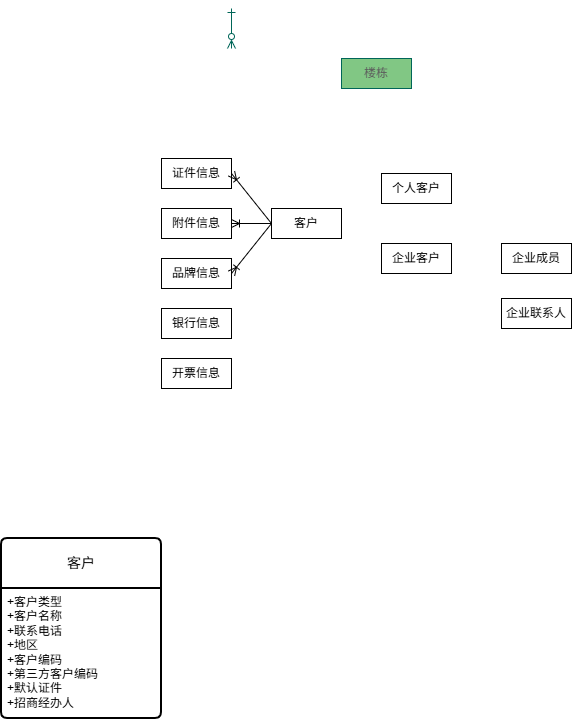
This is 云模方/v1.8客户关系.drawio.png from qilaohan/iodraw-files, a draw.io export, as it was before one commit. Source tidied: cells renumbered, new cells last; positions are measured from the earlier drawing's top-left corner, leaving out a move shared by most shapes.
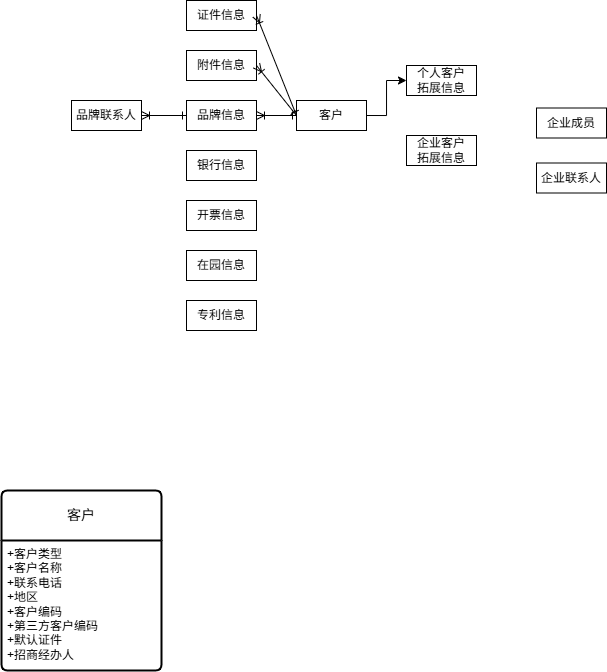
Above is the later version.

Commit message:
更新v1.8客户关系.drawio.png

What changed in the source:
```diff
@@ -2,23 +2,29 @@
   <root>
     <mxCell id="0" />
     <mxCell id="1" parent="0" />
+    <mxCell id="19" style="edgeStyle=orthogonalEdgeStyle;rounded=0;jettySize=auto;html=1;exitX=1;exitY=0.5;exitDx=0;exitDy=0;entryX=0;entryY=0.5;entryDx=0;entryDy=0;" parent="1" edge="1" source="2" target="3">
+      <mxGeometry relative="1" as="geometry" />
+    </mxCell>
     <mxCell id="2" value="客户" style="whiteSpace=wrap;html=1;align=center;" parent="1" vertex="1">
-      <mxGeometry x="270" y="200" width="70" height="30" as="geometry" />
+      <mxGeometry x="295" y="140" width="70" height="30" as="geometry" />
     </mxCell>
-    <mxCell id="3" value="个人客户" style="whiteSpace=wrap;html=1;align=center;" parent="1" vertex="1">
-      <mxGeometry x="380" y="165" width="70" height="30" as="geometry" />
+    <mxCell id="3" value="个人客户&lt;div&gt;拓展信息&lt;/div&gt;" style="whiteSpace=wrap;html=1;align=center;" parent="1" vertex="1">
+      <mxGeometry x="405" y="105" width="70" height="30" as="geometry" />
     </mxCell>
-    <mxCell id="4" value="企业客户" style="whiteSpace=wrap;html=1;align=center;" parent="1" vertex="1">
-      <mxGeometry x="380" y="235" width="70" height="30" as="geometry" />
+    <mxCell id="4" value="企业客户&lt;div&gt;拓展信息&lt;/div&gt;" style="whiteSpace=wrap;html=1;align=center;" parent="1" vertex="1">
+      <mxGeometry x="405" y="175" width="70" height="30" as="geometry" />
     </mxCell>
+    <mxCell id="20" style="edgeStyle=orthogonalEdgeStyle;rounded=0;jettySize=auto;html=1;exitX=0;exitY=0.5;exitDx=0;exitDy=0;entryX=1;entryY=0.5;entryDx=0;entryDy=0;startArrow=ERone;startFill=0;endArrow=ERoneToMany;endFill=0;" parent="1" edge="1" source="5" target="23">
+      <mxGeometry relative="1" as="geometry" />
+    </mxCell>
     <mxCell id="5" value="品牌信息" style="whiteSpace=wrap;html=1;align=center;" parent="1" vertex="1">
-      <mxGeometry x="160" y="250" width="70" height="30" as="geometry" />
+      <mxGeometry x="185" y="140" width="70" height="30" as="geometry" />
     </mxCell>
     <mxCell id="6" value="证件信息" style="whiteSpace=wrap;html=1;align=center;" parent="1" vertex="1">
-      <mxGeometry x="160" y="150" width="70" height="30" as="geometry" />
+      <mxGeometry x="185" y="40" width="70" height="30" as="geometry" />
     </mxCell>
     <mxCell id="7" value="附件信息" style="whiteSpace=wrap;html=1;align=center;" parent="1" vertex="1">
-      <mxGeometry x="160" y="200" width="70" height="30" as="geometry" />
+      <mxGeometry x="185" y="90" width="70" height="30" as="geometry" />
     </mxCell>
     <mxCell id="8" value="客户" style="swimlane;horizontal=1;startSize=50;rounded=1;fontSize=14;fontStyle=0;strokeWidth=2;shadow=0;dashed=0;align=center;arcSize=4;whiteSpace=wrap;html=1;" parent="1" vertex="1">
       <mxGeometry y="530" width="160" height="180" as="geometry" />
@@ -26,35 +32,35 @@
     <mxCell id="9" value="+客户类型&lt;br&gt;+客户名称&lt;br&gt;+联系电话&lt;div&gt;+地区&lt;/div&gt;&lt;div&gt;+客户编码&lt;/div&gt;&lt;div&gt;+第三方客户编码&lt;/div&gt;&lt;div&gt;+默认证件&lt;/div&gt;&lt;div&gt;+招商经办人&lt;/div&gt;" style="align=left;strokeColor=none;fillColor=none;spacingLeft=4;spacingRight=4;fontSize=12;verticalAlign=top;html=1;whiteSpace=wrap;" parent="8" vertex="1">
       <mxGeometry y="50" width="160" height="130" as="geometry" />
     </mxCell>
-    <mxCell id="10" style="fontSize=12;html=1;endArrow=ERoneToMany;rounded=0;entryX=1;entryY=0.5;entryDx=0;entryDy=0;exitX=0;exitY=0.5;exitDx=0;exitDy=0;" parent="1" edge="1" source="2" target="6">
+    <mxCell id="10" style="fontSize=12;html=1;endArrow=ERoneToMany;rounded=0;entryX=1;entryY=0.5;entryDx=0;entryDy=0;exitX=0;exitY=0.5;exitDx=0;exitDy=0;startArrow=ERone;startFill=0;" parent="1" edge="1" source="2" target="6">
       <mxGeometry relative="1" as="geometry" />
     </mxCell>
-    <mxCell id="11" style="fontSize=12;html=1;endArrow=ERoneToMany;rounded=0;entryX=1;entryY=0.5;entryDx=0;entryDy=0;exitX=0;exitY=0.5;exitDx=0;exitDy=0;" parent="1" edge="1" source="2" target="7">
+    <mxCell id="11" style="fontSize=12;html=1;endArrow=ERoneToMany;rounded=0;entryX=1;entryY=0.5;entryDx=0;entryDy=0;exitX=0;exitY=0.5;exitDx=0;exitDy=0;startArrow=ERone;startFill=0;" parent="1" edge="1" source="2" target="7">
       <mxGeometry relative="1" as="geometry" />
     </mxCell>
-    <mxCell id="12" style="fontSize=12;html=1;endArrow=ERoneToMany;rounded=0;entryX=1;entryY=0.5;entryDx=0;entryDy=0;exitX=0;exitY=0.5;exitDx=0;exitDy=0;" parent="1" edge="1" source="2" target="5">
+    <mxCell id="12" style="fontSize=12;html=1;endArrow=ERoneToMany;rounded=0;entryX=1;entryY=0.5;entryDx=0;entryDy=0;exitX=0;exitY=0.5;exitDx=0;exitDy=0;startArrow=ERone;startFill=0;" parent="1" edge="1" source="2" target="5">
       <mxGeometry relative="1" as="geometry" />
     </mxCell>
-    <mxCell id="13" value="楼栋" style="rounded=0;whiteSpace=wrap;html=1;fillColor=#81C784;strokeColor=#006658;fontFamily=Helvetica;labelBackgroundColor=none;fontColor=#5C5C5C;" parent="1" vertex="1">
-      <mxGeometry x="340" y="50" width="70" height="30" as="geometry" />
-    </mxCell>
-    <mxCell id="14" style="edgeStyle=orthogonalEdgeStyle;rounded=0;orthogonalLoop=1;jettySize=auto;html=1;exitX=0.5;exitY=1;exitDx=0;exitDy=0;entryX=0.5;entryY=0;entryDx=0;entryDy=0;endArrow=ERzeroToMany;endFill=0;startArrow=ERone;startFill=0;strokeColor=#006658;" parent="1" edge="1">
-      <mxGeometry relative="1" as="geometry">
-        <mxPoint x="230" as="sourcePoint" />
-        <mxPoint x="230" y="40" as="targetPoint" />
-      </mxGeometry>
-    </mxCell>
     <mxCell id="15" value="企业成员" style="whiteSpace=wrap;html=1;align=center;" parent="1" vertex="1">
-      <mxGeometry x="500" y="235" width="70" height="30" as="geometry" />
+      <mxGeometry x="535" y="147.5" width="70" height="30" as="geometry" />
     </mxCell>
     <mxCell id="16" value="银行信息" style="whiteSpace=wrap;html=1;align=center;" parent="1" vertex="1">
-      <mxGeometry x="160" y="300" width="70" height="30" as="geometry" />
+      <mxGeometry x="185" y="190" width="70" height="30" as="geometry" />
     </mxCell>
     <mxCell id="17" value="开票信息" style="whiteSpace=wrap;html=1;align=center;" parent="1" vertex="1">
-      <mxGeometry x="160" y="350" width="70" height="30" as="geometry" />
+      <mxGeometry x="185" y="240" width="70" height="30" as="geometry" />
     </mxCell>
     <mxCell id="18" value="企业联系人" style="whiteSpace=wrap;html=1;align=center;" parent="1" vertex="1">
-      <mxGeometry x="500" y="290" width="70" height="30" as="geometry" />
+      <mxGeometry x="535" y="202.5" width="70" height="30" as="geometry" />
     </mxCell>
+    <mxCell id="21" value="在园信息" style="whiteSpace=wrap;html=1;align=center;" parent="1" vertex="1">
+      <mxGeometry x="185" y="290" width="70" height="30" as="geometry" />
+    </mxCell>
+    <mxCell id="22" value="专利信息" style="whiteSpace=wrap;html=1;align=center;" parent="1" vertex="1">
+      <mxGeometry x="185" y="340" width="70" height="30" as="geometry" />
+    </mxCell>
+    <mxCell id="23" value="品牌联系人" style="whiteSpace=wrap;html=1;align=center;" parent="1" vertex="1">
+      <mxGeometry x="70" y="140" width="70" height="30" as="geometry" />
+    </mxCell>
   </root>
 </mxGraphModel>
```
